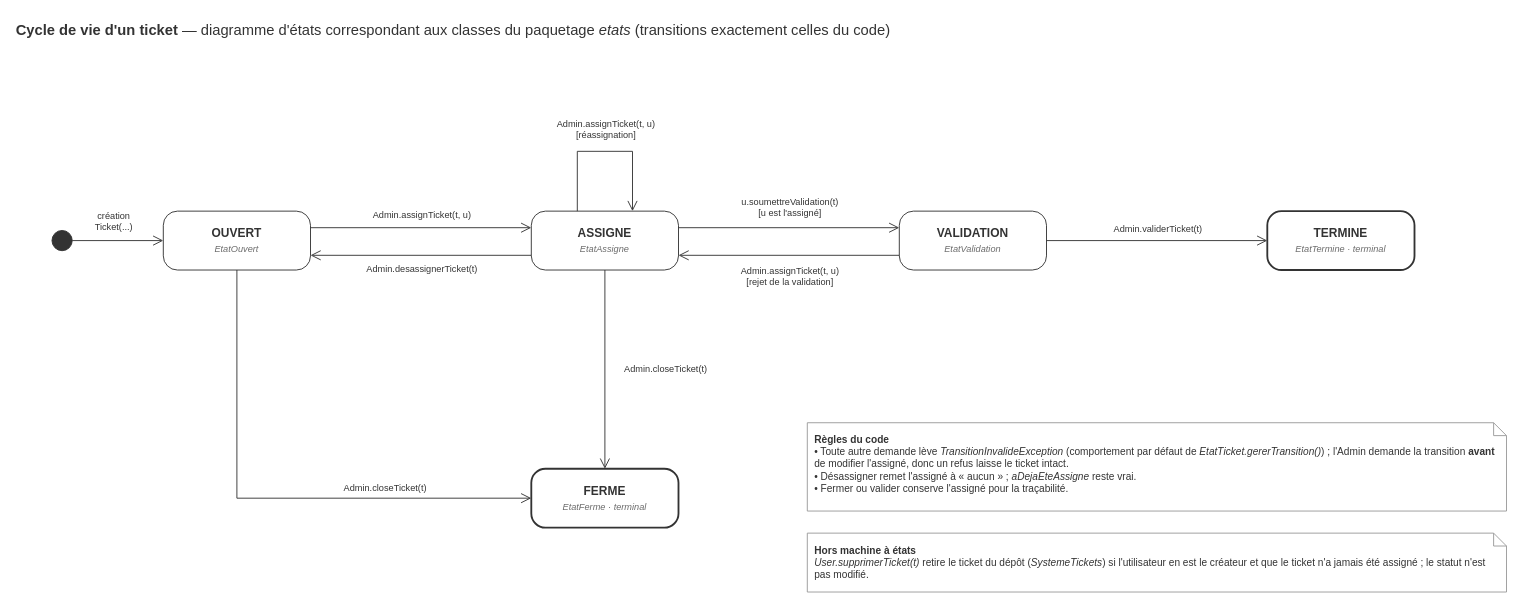
abdoulrazackZONGO/Laboratoire4_6GEI311 keeps this draw.io diagram as page "4 · Cycle de vie du ticket (State)" (4 of 4) of documents/Lab2_6GEI311_diagramme_classes_partie2.drawio. Above is the earlier version. Source tidied: cells renumbered, new cells numbered last; positions are measured from the earlier drawing's top-left corner, leaving out a move shared by most shapes. Both pictures are drawn from the tidied source at 92%, with x=0, y=0 at pixel (16, 16).
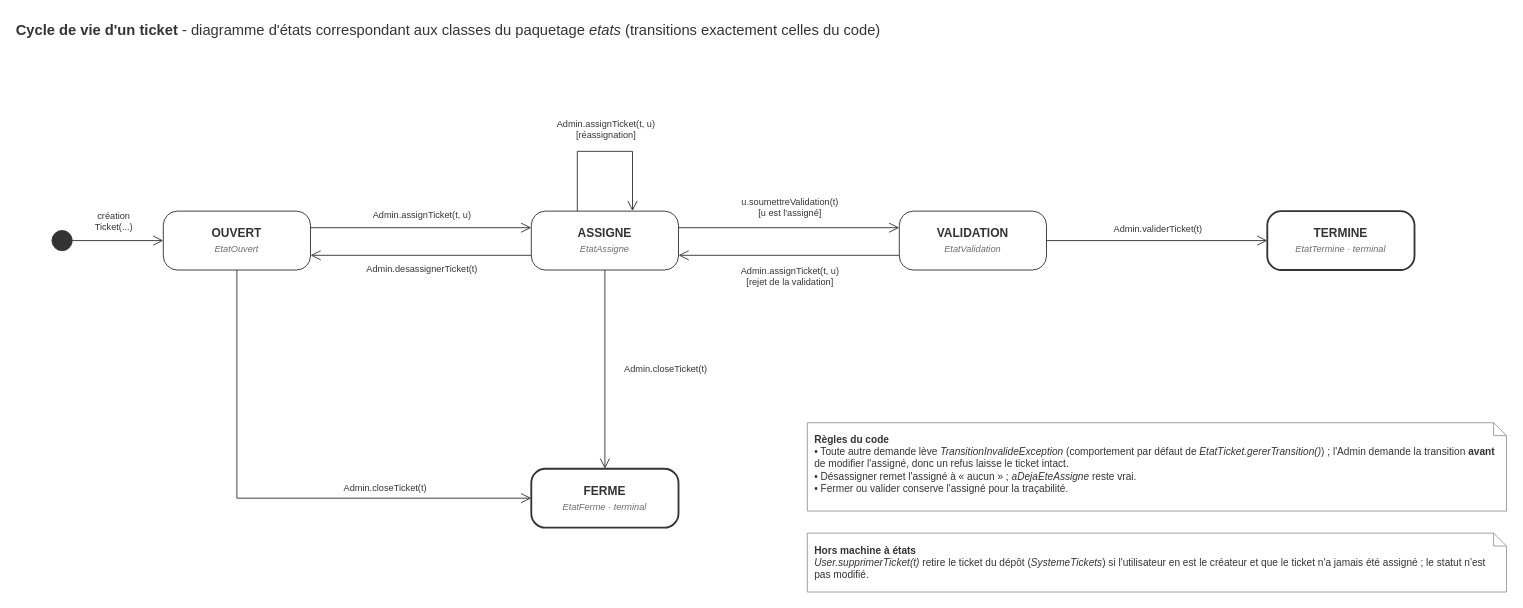
The same page after the edit.

Commit message (it also covers changes not shown here):
Problème de format (Tirets)  (README, vues, diagramme du Lab 2)

Diff of the diagram source:
```diff
@@
-    <mxCell id="2" value="&lt;b&gt;Cycle de vie d'un ticket&lt;/b&gt; — diagramme d'états correspondant aux classes du paquetage &lt;i&gt;etats&lt;/i&gt; (transitions exactement celles du code)" style="text;html=1;align=left;verticalAlign=middle;whiteSpace=wrap;fontFamily=Helvetica;fontSize=16;fontColor=#333333;fontStyle=0;strokeColor=none;fillColor=none;spacing=0;" parent="1" vertex="1">
+    <mxCell id="2" value="&lt;b&gt;Cycle de vie d'un ticket&lt;/b&gt; - diagramme d'états correspondant aux classes du paquetage &lt;i&gt;etats&lt;/i&gt; (transitions exactement celles du code)" style="text;html=1;align=left;verticalAlign=middle;whiteSpace=wrap;fontFamily=Helvetica;fontSize=16;fontColor=#333333;fontStyle=0;strokeColor=none;fillColor=none;spacing=0;" parent="1" vertex="1">
       <mxGeometry width="1600" height="30" as="geometry" />
     </mxCell>
```
